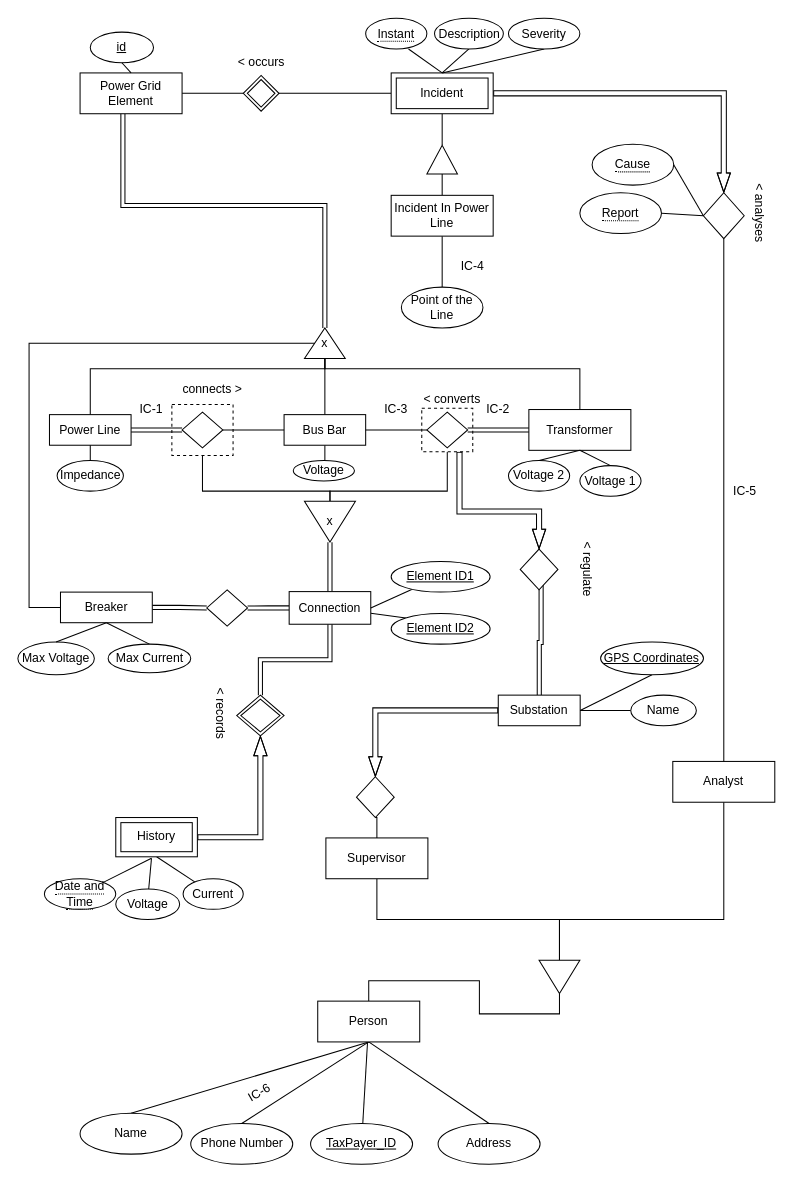
This is page "Page-3" (3 of 3) of New_Version.drawio from dgd-rosa/SIBD, a draw.io file, before an edit. Source tidied: cells renumbered, new cells numbered last; positions are measured from the earlier drawing's top-left corner, leaving out a move shared by most shapes. Both pictures are drawn from the tidied source at 102%, with x=0, y=0 at pixel (17, 18).
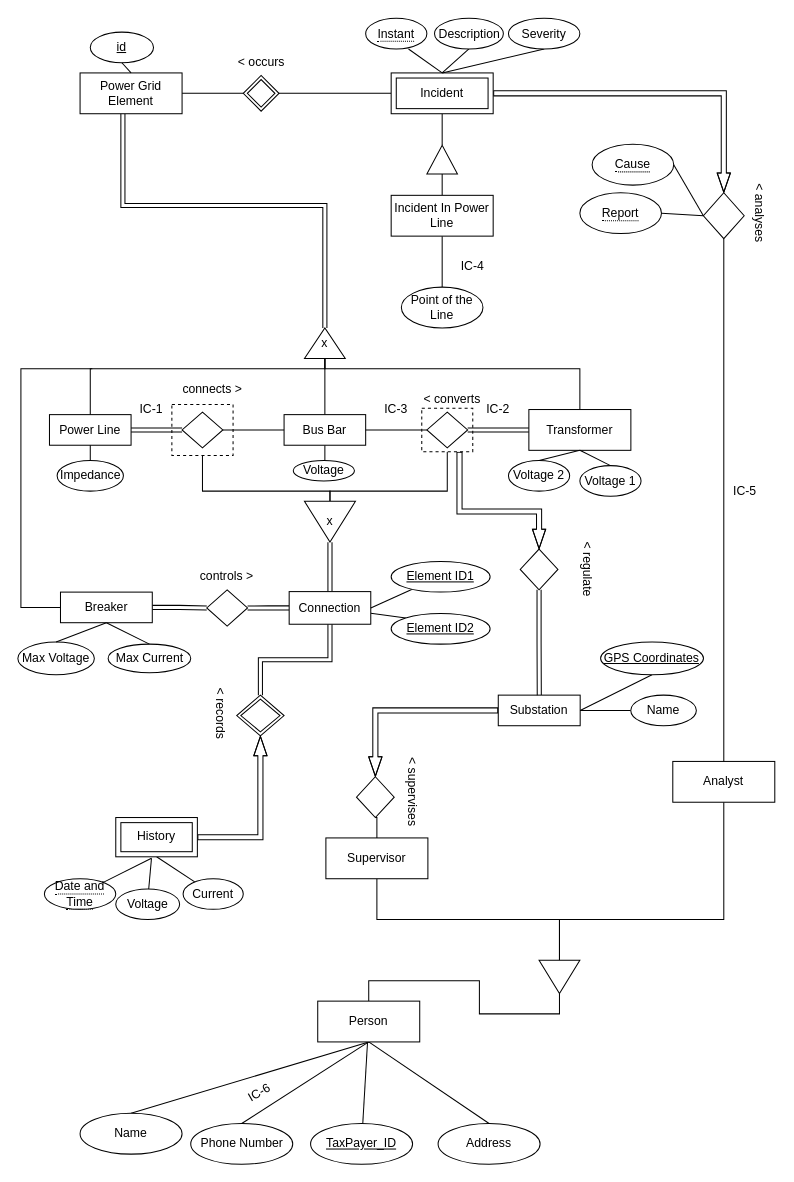
After the change.

Unchanged cells that the change refers to:
```xml
<mxCell id="15" value="x" style="triangle;whiteSpace=wrap;html=1;direction=north;" parent="1" vertex="1">
  <mxGeometry x="281" y="303" width="40" height="30" as="geometry" />
</mxCell>
<mxCell id="40" value="Breaker" style="whiteSpace=wrap;html=1;align=center;" parent="1" vertex="1">
  <mxGeometry x="41.8" y="562" width="90" height="30" as="geometry" />
</mxCell>
<mxCell id="83" value="Substation" style="whiteSpace=wrap;html=1;align=center;" parent="1" vertex="1">
  <mxGeometry x="471" y="663" width="80.3" height="30" as="geometry" />
</mxCell>
<mxCell id="117" style="shape=rhombus;perimeter=rhombusPerimeter;whiteSpace=wrap;html=1;align=center;" parent="1" vertex="1">
  <mxGeometry x="492.5" y="519.8" width="37" height="40" as="geometry" />
</mxCell>
```

The edit, as a diff of the source:
```diff
@@
-    <mxCell id="39" style="edgeStyle=orthogonalEdgeStyle;rounded=0;jettySize=auto;html=1;entryX=0.5;entryY=0;entryDx=0;entryDy=0;endArrow=none;endFill=0;exitX=0;exitY=0.5;exitDx=0;exitDy=0;" parent="1" edge="1" source="40" target="15">
-      <mxGeometry relative="1" as="geometry">
-        <Array as="points">
-          <mxPoint x="11" y="577" />
-          <mxPoint x="11" y="318" />
-        </Array>
-      </mxGeometry>
-    </mxCell>
+    <mxCell id="120" style="edgeStyle=orthogonalEdgeStyle;rounded=0;jettySize=auto;html=1;endArrow=none;endFill=0;" parent="1" edge="1" source="40">
+      <mxGeometry relative="1" as="geometry">
+        <mxPoint x="73" y="343" as="targetPoint" />
+        <Array as="points">
+          <mxPoint x="3" y="577" />
+          <mxPoint x="3" y="343" />
+        </Array>
+      </mxGeometry>
+    </mxCell>
@@
-    <mxCell id="82" style="edgeStyle=orthogonalEdgeStyle;rounded=0;jettySize=auto;html=1;endArrow=none;endFill=0;entryX=0.554;entryY=0.831;entryDx=0;entryDy=0;entryPerimeter=0;shape=link;" parent="1" edge="1" source="83" target="117">
-      <mxGeometry relative="1" as="geometry" />
-    </mxCell>
@@
+    <mxCell id="121" style="edgeStyle=orthogonalEdgeStyle;rounded=0;jettySize=auto;html=1;shape=link;" parent="1" edge="1" source="117" target="83">
+      <mxGeometry relative="1" as="geometry" />
+    </mxCell>
@@
+    <mxCell id="122" value="&amp;lt; supervises" style="text;html=1;strokeColor=none;fillColor=none;align=center;verticalAlign=middle;whiteSpace=wrap;rounded=0;rotation=90;" parent="1" vertex="1">
+      <mxGeometry x="351" y="748" width="72" height="20" as="geometry" />
+    </mxCell>
+    <mxCell id="123" value="controls &amp;gt;" style="text;html=1;strokeColor=none;fillColor=none;align=center;verticalAlign=middle;whiteSpace=wrap;rounded=0;" parent="1" vertex="1">
+      <mxGeometry x="176" y="537" width="57.8" height="20" as="geometry" />
+    </mxCell>
```
